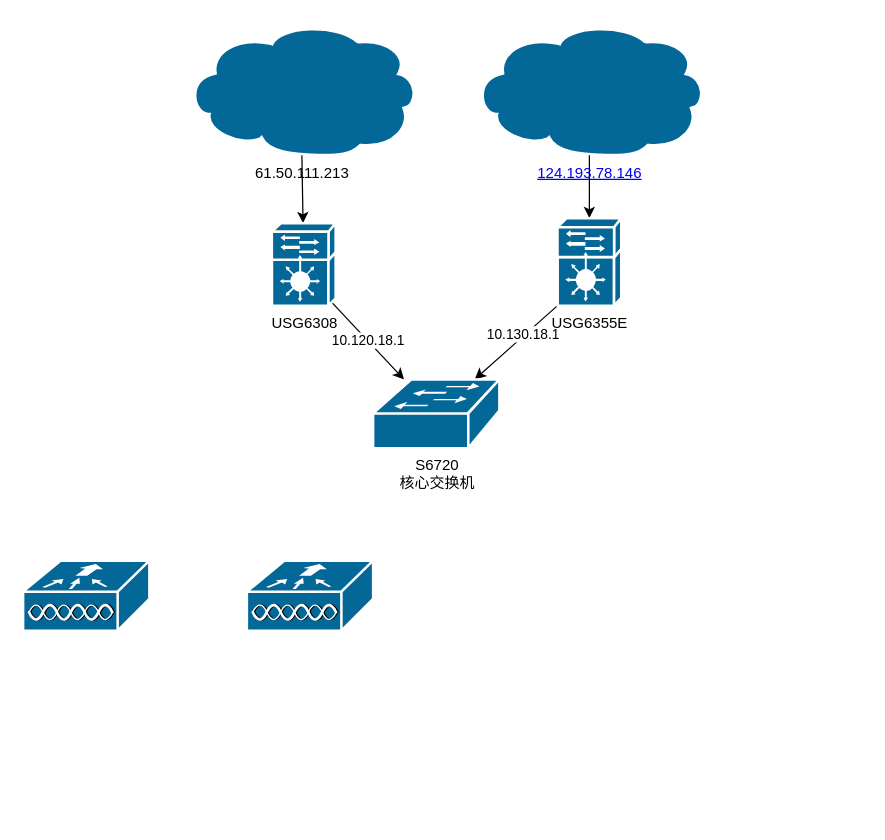
Earlier version of the draw.io diagram 未命名绘图.drawio (yangzhi880729/test). Source tidied: cells renumbered, new cells numbered last; positions are measured from the earlier drawing's top-left corner, leaving out a move shared by most shapes. Both pictures are drawn from the tidied source at 125%, with x=0, y=0 at pixel (22, 22).
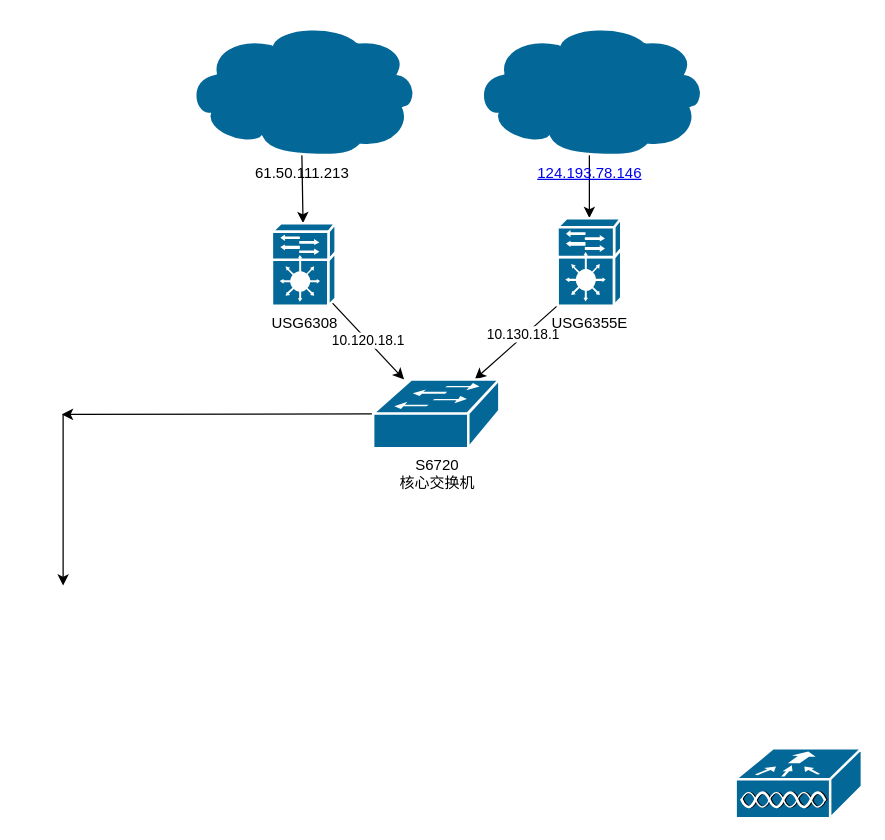
Above is the later version.

Commit message (it also covers changes not shown here):
更新未命名绘图.drawio

What changed in the source:
```diff
@@
 <mxGraphModel background="#ffffff">
   <root>
     <mxCell id="0" />
     <mxCell id="1" parent="0" />
     <mxCell id="2" style="edgeStyle=none;rounded=0;jettySize=auto;html=1;exitX=0.5;exitY=0.99;exitDx=0;exitDy=0;exitPerimeter=0;" parent="1" edge="1" source="3" target="7">
       <mxGeometry relative="1" as="geometry" />
     </mxCell>
     <mxCell id="3" value="61.50.111.213" style="shape=mxgraph.cisco.storage.cloud;html=1;dashed=0;fillColor=#036897;strokeColor=#ffffff;strokeWidth=2;verticalLabelPosition=bottom;verticalAlign=top;align=center;outlineConnect=0;" parent="1" vertex="1">
       <mxGeometry x="130" width="186" height="106" as="geometry" />
     </mxCell>
     <mxCell id="4" style="edgeStyle=none;rounded=0;jettySize=auto;html=1;exitX=0.5;exitY=0.99;exitDx=0;exitDy=0;exitPerimeter=0;" parent="1" edge="1" source="5" target="10">
       <mxGeometry relative="1" as="geometry" />
     </mxCell>
     <mxCell id="5" value="&lt;a href=&quot;https://124.193.78.146/&quot;&gt;124.193.78.146&lt;/a&gt;" style="shape=mxgraph.cisco.storage.cloud;html=1;dashed=0;fillColor=#036897;strokeColor=#ffffff;strokeWidth=2;verticalLabelPosition=bottom;verticalAlign=top;align=center;outlineConnect=0;" parent="1" vertex="1">
       <mxGeometry x="360" width="186" height="106" as="geometry" />
     </mxCell>
     <mxCell id="6" value="10.120.18.1" style="edgeStyle=none;rounded=0;jettySize=auto;html=1;exitX=0.94;exitY=0.96;exitDx=0;exitDy=0;exitPerimeter=0;" parent="1" edge="1" source="7" target="11">
       <mxGeometry relative="1" as="geometry" />
     </mxCell>
     <mxCell id="7" value="USG6308&lt;br&gt;" style="shape=mxgraph.cisco.controllers_and_modules.service_module;html=1;dashed=0;fillColor=#036897;strokeColor=#ffffff;strokeWidth=2;verticalLabelPosition=bottom;verticalAlign=top;align=center;outlineConnect=0;" parent="1" vertex="1">
       <mxGeometry x="199" y="160" width="51" height="66" as="geometry" />
     </mxCell>
     <mxCell id="8" style="edgeStyle=none;rounded=0;jettySize=auto;html=1;exitX=0;exitY=1;exitDx=0;exitDy=0;exitPerimeter=0;" parent="1" edge="1" source="10" target="11">
       <mxGeometry relative="1" as="geometry" />
     </mxCell>
     <mxCell id="9" value="10.130.18.1" style="edgeLabel;html=1;align=center;verticalAlign=middle;" parent="8" vertex="1">
       <mxGeometry x="-0.2" y="-1" relative="1" as="geometry">
         <mxPoint x="-1" as="offset" />
       </mxGeometry>
     </mxCell>
     <mxCell id="10" value="USG6355E" style="shape=mxgraph.cisco.controllers_and_modules.service_module;html=1;dashed=0;fillColor=#036897;strokeColor=#ffffff;strokeWidth=2;verticalLabelPosition=bottom;verticalAlign=top;align=center;outlineConnect=0;" parent="1" vertex="1">
       <mxGeometry x="427.5" y="156" width="51" height="70" as="geometry" />
     </mxCell>
+    <mxCell id="14" style="edgeStyle=none;rounded=0;orthogonalLoop=1;jettySize=auto;html=1;" parent="1" edge="1">
+      <mxGeometry relative="1" as="geometry">
+        <mxPoint x="32" y="313" as="sourcePoint" />
+        <mxPoint x="32" y="450" as="targetPoint" />
+      </mxGeometry>
+    </mxCell>
+    <mxCell id="15" style="edgeStyle=none;rounded=0;jettySize=auto;html=1;" parent="1" edge="1" source="11">
+      <mxGeometry relative="1" as="geometry">
+        <mxPoint x="31" y="313" as="targetPoint" />
+      </mxGeometry>
+    </mxCell>
     <mxCell id="11" value="S6720&lt;br&gt;核心交换机" style="shape=mxgraph.cisco.switches.workgroup_switch;html=1;dashed=0;fillColor=#036897;strokeColor=#ffffff;strokeWidth=2;verticalLabelPosition=bottom;verticalAlign=top;align=center;outlineConnect=0;" parent="1" vertex="1">
       <mxGeometry x="280" y="285" width="101" height="55" as="geometry" />
     </mxCell>
     <mxCell id="12" style="shape=mxgraph.cisco.wireless.wlan_controller;html=1;dashed=0;fillColor=#036897;strokeColor=#ffffff;strokeWidth=2;verticalLabelPosition=bottom;verticalAlign=top;align=center;" parent="1" vertex="1">
-      <mxGeometry x="179" y="430" width="101" height="56" as="geometry" />
+      <mxGeometry x="570" y="580" width="101" height="56" as="geometry" />
     </mxCell>
-    <mxCell id="13" style="shape=mxgraph.cisco.wireless.wlan_controller;html=1;dashed=0;fillColor=#036897;strokeColor=#ffffff;strokeWidth=2;verticalLabelPosition=bottom;verticalAlign=top;align=center;" parent="1" vertex="1">
-      <mxGeometry y="430" width="101" height="56" as="geometry" />
-    </mxCell>
   </root>
 </mxGraphModel>
```
